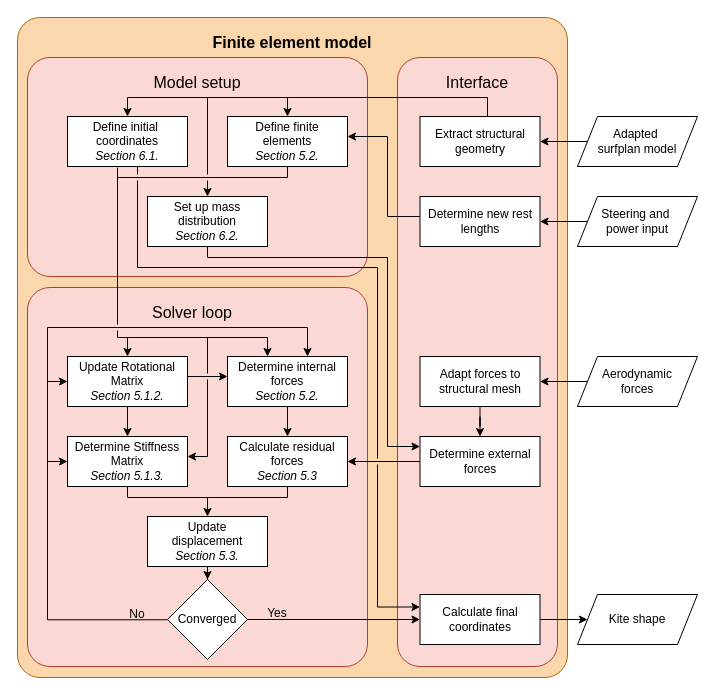
Earlier version of the draw.io diagram Figures/drawio/FEM_flowchart.drawio (PatrickRoel/Thesis). Source tidied: cells renumbered, new cells numbered last; positions are measured from the earlier drawing's top-left corner, leaving out a move shared by most shapes. Both pictures are drawn from the tidied source at 100%, with x=0, y=0 at pixel (17, 17).
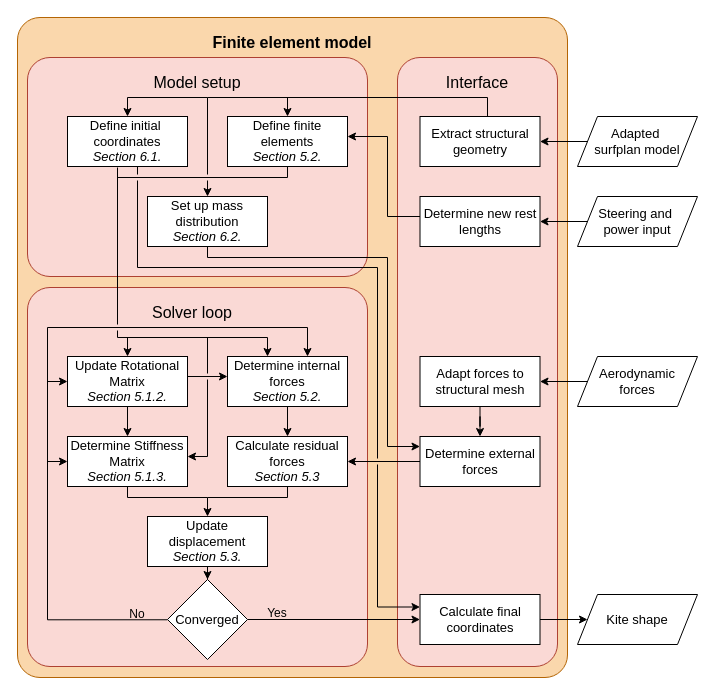
After the change.

The edit, as a diff of the source:
```diff
@@
-    <mxCell id="8" value="&lt;div&gt;Determine internal forces&lt;/div&gt;&lt;div&gt;&lt;i&gt;Section 5.2.&lt;/i&gt;&lt;/div&gt;" style="rounded=0;whiteSpace=wrap;html=1;spacingBottom=1;fontSize=12;" parent="1" vertex="1">
+    <mxCell id="8" value="&lt;div&gt;Determine internal forces&lt;/div&gt;&lt;div&gt;&lt;i&gt;Section 5.2.&lt;/i&gt;&lt;/div&gt;" style="rounded=0;whiteSpace=wrap;html=1;spacingBottom=1;fontSize=13;" parent="1" vertex="1">
       <mxGeometry x="210" y="339" width="120" height="50" as="geometry" />
     </mxCell>
@@
-    <mxCell id="10" value="&lt;div&gt;Calculate residual&lt;/div&gt;&lt;div&gt;forces&lt;/div&gt;&lt;div&gt;&lt;i&gt;Section 5.3&lt;/i&gt;&lt;/div&gt;" style="rounded=0;whiteSpace=wrap;html=1;spacingBottom=1;fontSize=12;" parent="1" vertex="1">
+    <mxCell id="10" value="&lt;div&gt;Calculate residual&lt;/div&gt;&lt;div&gt;forces&lt;/div&gt;&lt;div&gt;&lt;i&gt;Section 5.3&lt;/i&gt;&lt;/div&gt;" style="rounded=0;whiteSpace=wrap;html=1;spacingBottom=1;fontSize=13;" parent="1" vertex="1">
       <mxGeometry x="210" y="419" width="120" height="50" as="geometry" />
     </mxCell>
@@
-    <mxCell id="12" value="&lt;div&gt;Determine Stiffness Matrix&lt;/div&gt;&lt;div&gt;&lt;i&gt;Section 5.1.3.&lt;/i&gt;&lt;/div&gt;" style="rounded=0;whiteSpace=wrap;html=1;spacingBottom=1;fontSize=12;" parent="1" vertex="1">
+    <mxCell id="12" value="&lt;div&gt;Determine Stiffness Matrix&lt;/div&gt;&lt;div&gt;&lt;i&gt;Section 5.1.3.&lt;/i&gt;&lt;/div&gt;" style="rounded=0;whiteSpace=wrap;html=1;spacingBottom=1;fontSize=13;" parent="1" vertex="1">
       <mxGeometry x="50" y="419" width="120" height="50" as="geometry" />
     </mxCell>
@@
-    <mxCell id="14" value="&lt;div&gt;Update&lt;/div&gt;&lt;div&gt;displacement&lt;/div&gt;&lt;div&gt;&lt;i&gt;Section 5.3.&lt;/i&gt;&lt;/div&gt;" style="rounded=0;whiteSpace=wrap;html=1;spacingBottom=1;fontSize=12;" parent="1" vertex="1">
+    <mxCell id="14" value="&lt;div&gt;Update&lt;/div&gt;&lt;div&gt;displacement&lt;/div&gt;&lt;div&gt;&lt;i&gt;Section 5.3.&lt;/i&gt;&lt;/div&gt;" style="rounded=0;whiteSpace=wrap;html=1;spacingBottom=1;fontSize=13;" parent="1" vertex="1">
       <mxGeometry x="130" y="499" width="120" height="50" as="geometry" />
     </mxCell>
@@
-    <mxCell id="17" value="Converged" style="rhombus;whiteSpace=wrap;html=1;" parent="1" vertex="1">
+    <mxCell id="17" value="Converged" style="rhombus;whiteSpace=wrap;html=1;fontSize=13;" parent="1" vertex="1">
       <mxGeometry x="150" y="562" width="80" height="80" as="geometry" />
     </mxCell>
@@
-    <mxCell id="20" value="&lt;div&gt;Define initial&amp;nbsp;&lt;/div&gt;&lt;div&gt;coordinates&lt;/div&gt;&lt;div&gt;&lt;div&gt;&lt;i&gt;Section 6.1.&lt;/i&gt;&lt;/div&gt;&lt;/div&gt;" style="rounded=0;whiteSpace=wrap;html=1;spacingBottom=1;fontSize=12;" parent="1" vertex="1">
+    <mxCell id="20" value="&lt;div&gt;Define initial&amp;nbsp;&lt;/div&gt;&lt;div&gt;coordinates&lt;/div&gt;&lt;div&gt;&lt;div&gt;&lt;i&gt;Section 6.1.&lt;/i&gt;&lt;/div&gt;&lt;/div&gt;" style="rounded=0;whiteSpace=wrap;html=1;spacingBottom=1;fontSize=13;" parent="1" vertex="1">
       <mxGeometry x="50" y="99" width="120" height="50" as="geometry" />
     </mxCell>
@@
-    <mxCell id="22" value="&lt;div&gt;Aerodynamic&lt;/div&gt;&lt;div&gt;forces&lt;/div&gt;" style="shape=parallelogram;perimeter=parallelogramPerimeter;whiteSpace=wrap;html=1;fixedSize=1;spacingBottom=1;fontSize=12;" parent="1" vertex="1">
+    <mxCell id="22" value="&lt;div&gt;Aerodynamic&lt;/div&gt;&lt;div&gt;forces&lt;/div&gt;" style="shape=parallelogram;perimeter=parallelogramPerimeter;whiteSpace=wrap;html=1;fixedSize=1;spacingBottom=1;fontSize=13;" parent="1" vertex="1">
       <mxGeometry x="560" y="339" width="120" height="50" as="geometry" />
     </mxCell>
-    <mxCell id="23" value="Kite shape" style="shape=parallelogram;perimeter=parallelogramPerimeter;whiteSpace=wrap;html=1;fixedSize=1;spacingBottom=1;fontSize=12;" parent="1" vertex="1">
+    <mxCell id="23" value="Kite shape" style="shape=parallelogram;perimeter=parallelogramPerimeter;whiteSpace=wrap;html=1;fixedSize=1;spacingBottom=1;fontSize=13;" parent="1" vertex="1">
       <mxGeometry x="560" y="577" width="120" height="50" as="geometry" />
     </mxCell>
-    <mxCell id="24" value="&lt;div&gt;Define finite&lt;/div&gt;&lt;div&gt;elements&lt;/div&gt;&lt;div&gt;&lt;i&gt;Section 5.2.&lt;/i&gt;&lt;/div&gt;" style="rounded=0;whiteSpace=wrap;html=1;spacing=2;spacingTop=0;spacingBottom=1;fontSize=12;" parent="1" vertex="1">
+    <mxCell id="24" value="&lt;div&gt;Define finite&lt;/div&gt;&lt;div&gt;elements&lt;/div&gt;&lt;div&gt;&lt;i&gt;Section 5.2.&lt;/i&gt;&lt;/div&gt;" style="rounded=0;whiteSpace=wrap;html=1;spacing=2;spacingTop=0;spacingBottom=1;fontSize=13;" parent="1" vertex="1">
       <mxGeometry x="210" y="99" width="120" height="50" as="geometry" />
     </mxCell>
@@
-    <mxCell id="26" value="Calculate final coordinates" style="rounded=0;whiteSpace=wrap;html=1;spacingBottom=1;fontSize=12;" parent="1" vertex="1">
+    <mxCell id="26" value="Calculate final coordinates" style="rounded=0;whiteSpace=wrap;html=1;spacingBottom=1;fontSize=13;" parent="1" vertex="1">
       <mxGeometry x="402.5" y="577" width="120" height="50" as="geometry" />
     </mxCell>
@@
-    <mxCell id="29" value="&lt;div&gt;Steering and&amp;nbsp;&lt;/div&gt;&lt;div&gt;power input&lt;/div&gt;" style="shape=parallelogram;perimeter=parallelogramPerimeter;whiteSpace=wrap;html=1;fixedSize=1;spacingBottom=1;fontSize=12;" parent="1" vertex="1">
+    <mxCell id="29" value="&lt;div&gt;Steering and&amp;nbsp;&lt;/div&gt;&lt;div&gt;power input&lt;/div&gt;" style="shape=parallelogram;perimeter=parallelogramPerimeter;whiteSpace=wrap;html=1;fixedSize=1;spacingBottom=1;fontSize=13;" parent="1" vertex="1">
       <mxGeometry x="560" y="179" width="120" height="50" as="geometry" />
     </mxCell>
-    <mxCell id="30" value="&lt;div&gt;Set up mass&lt;/div&gt;&lt;div&gt;distribution&lt;/div&gt;&lt;div&gt;&lt;i&gt;Section 6.2.&lt;/i&gt;&lt;/div&gt;" style="rounded=0;whiteSpace=wrap;html=1;spacingBottom=1;fontSize=12;" parent="1" vertex="1">
+    <mxCell id="30" value="&lt;div&gt;Set up mass&lt;/div&gt;&lt;div&gt;distribution&lt;/div&gt;&lt;div&gt;&lt;i&gt;Section 6.2.&lt;/i&gt;&lt;/div&gt;" style="rounded=0;whiteSpace=wrap;html=1;spacingBottom=1;fontSize=13;" parent="1" vertex="1">
       <mxGeometry x="130" y="179" width="120" height="50" as="geometry" />
     </mxCell>
@@
-    <mxCell id="32" value="&lt;div&gt;Adapt&amp;nbsp;forces to structural mesh&lt;/div&gt;" style="rounded=0;whiteSpace=wrap;html=1;spacingBottom=1;fontSize=12;" parent="1" vertex="1">
+    <mxCell id="32" value="&lt;div&gt;Adapt&amp;nbsp;forces to structural mesh&lt;/div&gt;" style="rounded=0;whiteSpace=wrap;html=1;spacingBottom=1;fontSize=13;" parent="1" vertex="1">
       <mxGeometry x="402.5" y="339" width="120" height="50" as="geometry" />
     </mxCell>
@@
-    <mxCell id="39" value="&lt;div&gt;Adapted&amp;nbsp;&lt;/div&gt;&lt;div&gt;surfplan model&lt;/div&gt;" style="shape=parallelogram;perimeter=parallelogramPerimeter;whiteSpace=wrap;html=1;fixedSize=1;spacingBottom=1;fontSize=12;" parent="1" vertex="1">
+    <mxCell id="39" value="&lt;div&gt;Adapted&amp;nbsp;&lt;/div&gt;&lt;div&gt;surfplan model&lt;/div&gt;" style="shape=parallelogram;perimeter=parallelogramPerimeter;whiteSpace=wrap;html=1;fixedSize=1;spacingBottom=1;fontSize=13;" parent="1" vertex="1">
       <mxGeometry x="560" y="99" width="120" height="50" as="geometry" />
     </mxCell>
@@
-    <mxCell id="42" value="&lt;div&gt;Update Rotational Matrix&lt;/div&gt;&lt;div&gt;&lt;i&gt;Section 5.1.2.&lt;/i&gt;&lt;/div&gt;" style="rounded=0;whiteSpace=wrap;html=1;spacingBottom=1;fontSize=12;" parent="1" vertex="1">
+    <mxCell id="42" value="&lt;div&gt;Update Rotational Matrix&lt;/div&gt;&lt;div&gt;&lt;i&gt;Section 5.1.2.&lt;/i&gt;&lt;/div&gt;" style="rounded=0;whiteSpace=wrap;html=1;spacingBottom=1;fontSize=13;" parent="1" vertex="1">
       <mxGeometry x="50" y="339" width="120" height="50" as="geometry" />
     </mxCell>
@@
-    <mxCell id="45" value="&lt;div&gt;Determine external&lt;/div&gt;&lt;div&gt;forces&lt;/div&gt;" style="rounded=0;whiteSpace=wrap;html=1;spacingBottom=1;fontSize=12;" parent="1" vertex="1">
+    <mxCell id="45" value="&lt;div&gt;Determine external&lt;/div&gt;&lt;div&gt;forces&lt;/div&gt;" style="rounded=0;whiteSpace=wrap;html=1;spacingBottom=1;fontSize=13;" parent="1" vertex="1">
       <mxGeometry x="402.5" y="419" width="120" height="50" as="geometry" />
     </mxCell>
@@
-    <mxCell id="47" value="&lt;div&gt;Determine new rest&lt;/div&gt;&lt;div&gt;lengths&lt;/div&gt;" style="rounded=0;whiteSpace=wrap;html=1;spacingBottom=1;fontSize=12;" parent="1" vertex="1">
+    <mxCell id="47" value="&lt;div&gt;Determine new rest&lt;/div&gt;&lt;div&gt;lengths&lt;/div&gt;" style="rounded=0;whiteSpace=wrap;html=1;spacingBottom=1;fontSize=13;" parent="1" vertex="1">
       <mxGeometry x="402.5" y="179" width="120" height="50" as="geometry" />
     </mxCell>
-    <mxCell id="48" value="&lt;div&gt;Extract structural&lt;/div&gt;&lt;div&gt;geometry&lt;/div&gt;" style="rounded=0;whiteSpace=wrap;html=1;spacingBottom=1;fontSize=12;" parent="1" vertex="1">
+    <mxCell id="48" value="&lt;div&gt;Extract structural&lt;/div&gt;&lt;div&gt;geometry&lt;/div&gt;" style="rounded=0;whiteSpace=wrap;html=1;spacingBottom=1;fontSize=13;" parent="1" vertex="1">
       <mxGeometry x="402.5" y="99" width="120" height="50" as="geometry" />
     </mxCell>
```
